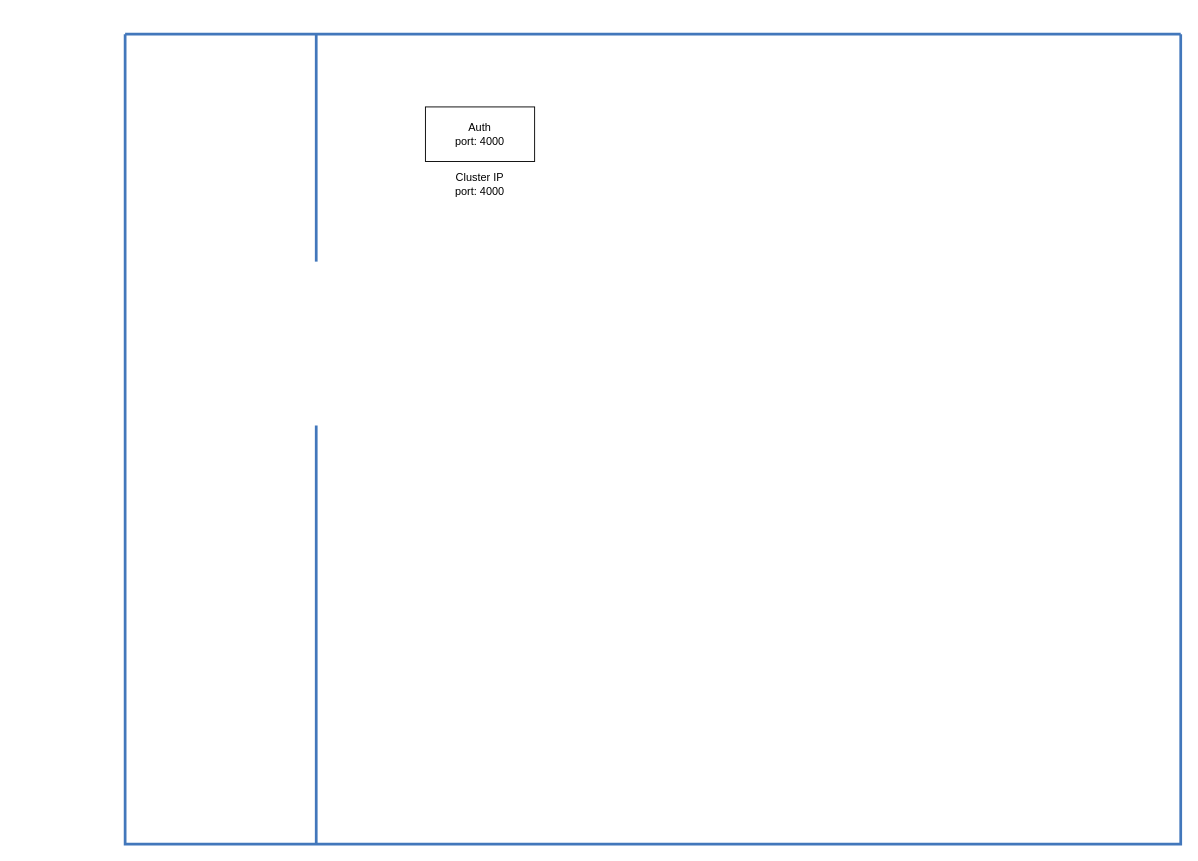
kavishkamk/ticker-hub keeps this draw.io diagram as diagrams/microservice_architecture.drawio. Above is the earlier version. Source tidied: cells renumbered, new cells numbered last; positions are measured from the earlier drawing's top-left corner, leaving out a move shared by most shapes. Both pictures are drawn from the tidied source at 91%, with x=0, y=0 at pixel (125, 34).
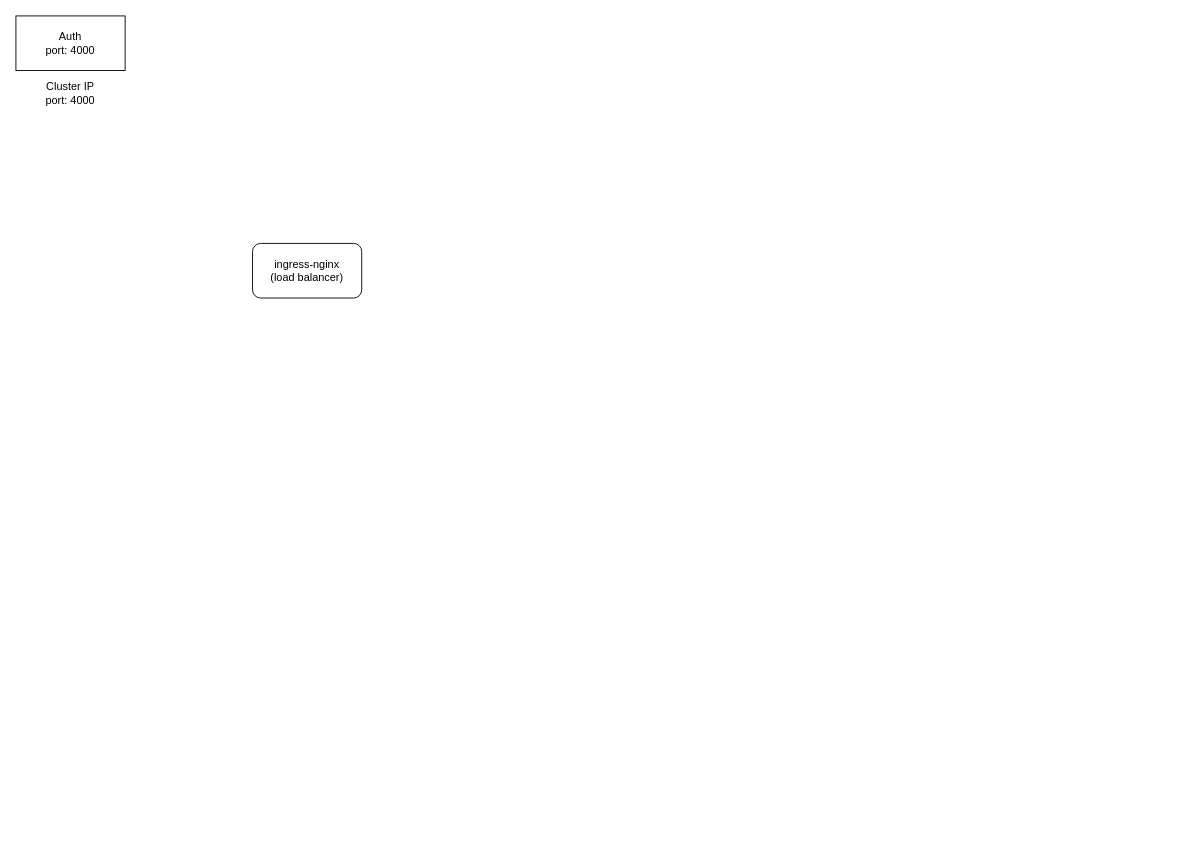
The same diagram, later.

Commit message (it also covers changes not shown here):
setup ingress-nginx

Diff of the diagram source:
```diff
@@
 <mxGraphModel>
   <root>
     <mxCell id="0" />
     <mxCell id="1" parent="0" />
-    <mxCell id="2" style="swimlane;shadow=0;strokeColor=#4277BB;fillColor=#ffffff;fontColor=#4277BB;align=right;startSize=0;strokeWidth=3;" parent="1" vertex="1">
-      <mxGeometry width="1160" height="890" as="geometry" />
-    </mxCell>
-    <mxCell id="3" style="line;strokeWidth=3;direction=south;html=1;shadow=0;labelBackgroundColor=none;fillColor=none;gradientColor=none;fontSize=12;fontColor=#4277BB;align=right;strokeColor=#4277BB;" parent="2" vertex="1">
-      <mxGeometry x="205" width="10" height="250" as="geometry" />
-    </mxCell>
-    <mxCell id="4" style="line;strokeWidth=3;direction=south;html=1;shadow=0;labelBackgroundColor=none;fillColor=none;gradientColor=none;fontSize=12;fontColor=#4277BB;align=right;strokeColor=#4277BB;" parent="2" vertex="1">
-      <mxGeometry x="205" y="430" width="10" height="460" as="geometry" />
-    </mxCell>
-    <mxCell id="5" value="Auth&lt;br&gt;port: 4000" style="rounded=0;whiteSpace=wrap;html=1;" parent="2" vertex="1">
-      <mxGeometry x="330" y="80" width="120" height="60" as="geometry" />
+    <mxCell id="5" value="Auth&lt;br&gt;port: 4000" style="rounded=0;whiteSpace=wrap;html=1;" parent="1" vertex="1">
+      <mxGeometry x="-120" y="-20" width="120" height="60" as="geometry" />
     </mxCell>
-    <mxCell id="6" value="Cluster IP&lt;br&gt;port: 4000" style="text;html=1;strokeColor=none;fillColor=none;align=center;verticalAlign=middle;whiteSpace=wrap;rounded=0;" parent="2" vertex="1">
-      <mxGeometry x="330" y="140" width="120" height="50" as="geometry" />
+    <mxCell id="6" value="Cluster IP&lt;br&gt;port: 4000" style="text;html=1;strokeColor=none;fillColor=none;align=center;verticalAlign=middle;whiteSpace=wrap;rounded=0;" parent="1" vertex="1">
+      <mxGeometry x="-120" y="40" width="120" height="50" as="geometry" />
     </mxCell>
+    <mxCell id="7" value="ingress-nginx&lt;br&gt;(load balancer)" style="rounded=1;whiteSpace=wrap;html=1;" parent="1" vertex="1">
+      <mxGeometry x="140" y="230" width="120" height="60" as="geometry" />
+    </mxCell>
   </root>
 </mxGraphModel>
```
